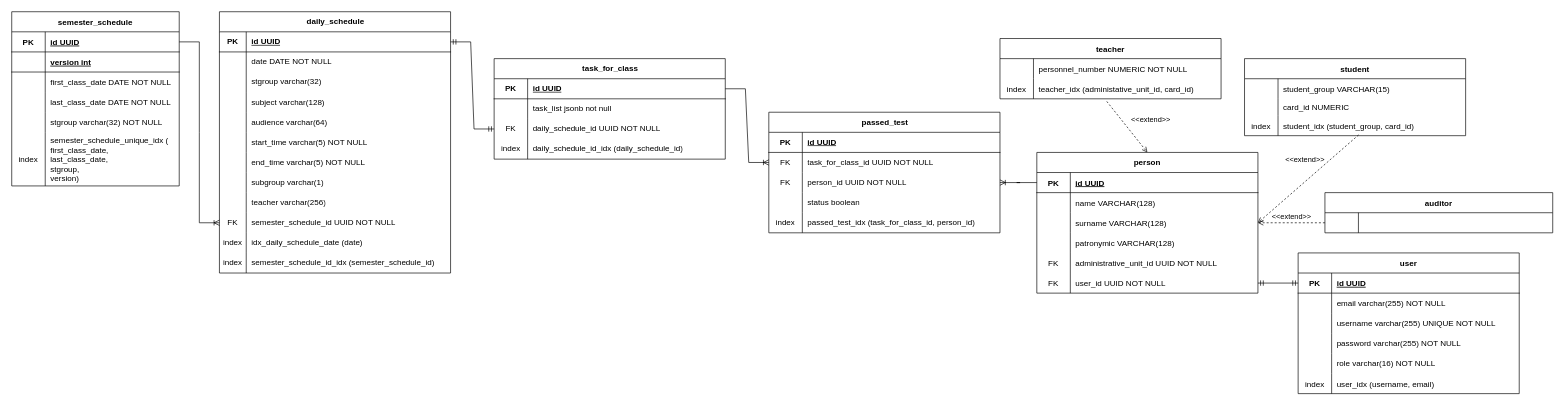
Earlier version of the draw.io diagram page "Общая схема данных" (3 of 3) of authorization-service/Схема БД.drawio (Manysleeplover/rate-please-stankin). Source tidied: cells renumbered, new cells numbered last; positions are measured from the earlier drawing's top-left corner, leaving out a move shared by most shapes. Both pictures are drawn from the tidied source at 67%, with x=0, y=0 at pixel (11, 11).
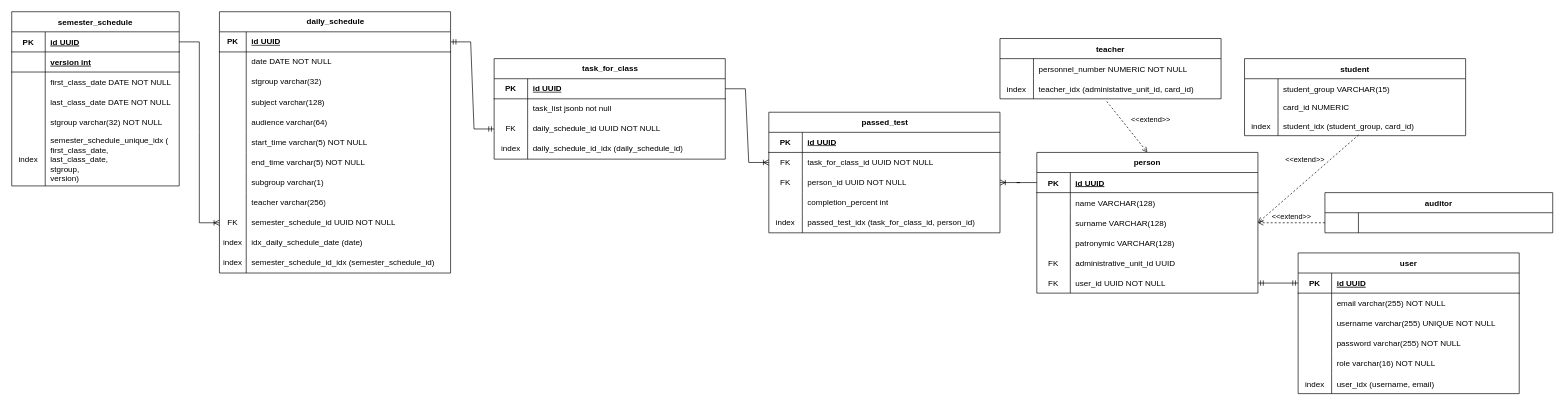
Above is the later version.

The change refers to these unchanged cells:
```xml
<mxCell id="116" style="shape=partialRectangle;fillColor=none;top=0;left=0;right=0;bottom=0;" parent="103" vertex="1">
  <mxGeometry y="150" width="330" height="30" as="geometry" />
</mxCell>
<mxCell id="138" style="shape=tableRow;horizontal=0;startSize=0;swimlaneHead=0;swimlaneBody=0;fillColor=none;top=0;left=0;right=0;bottom=0;" parent="128" vertex="1">
  <mxGeometry y="120" width="345" height="30" as="geometry" />
</mxCell>
```

What changed in the source:
```diff
@@
-    <mxCell id="118" value="administrative_unit_id UUID NOT NULL" style="shape=partialRectangle;overflow=hidden;fillColor=none;top=0;left=0;bottom=0;right=0;align=left;spacingLeft=6;" parent="116" vertex="1">
+    <mxCell id="118" value="administrative_unit_id UUID" style="shape=partialRectangle;overflow=hidden;fillColor=none;top=0;left=0;bottom=0;right=0;align=left;spacingLeft=6;" parent="116" vertex="1">
       <mxGeometry x="50" width="280" height="30" as="geometry" />
     </mxCell>
@@
-    <mxCell id="140" value="status boolean" style="shape=partialRectangle;fillColor=none;top=0;left=0;bottom=0;right=0;align=left;spacingLeft=6;overflow=hidden;whiteSpace=wrap;html=1;" parent="138" vertex="1">
+    <mxCell id="140" value="comple&lt;span style=&quot;background-color: transparent; color: light-dark(rgb(0, 0, 0), rgb(255, 255, 255));&quot;&gt;tion_percent int&lt;/span&gt;" style="shape=partialRectangle;fillColor=none;top=0;left=0;bottom=0;right=0;align=left;spacingLeft=6;overflow=hidden;whiteSpace=wrap;html=1;" parent="138" vertex="1">
       <mxGeometry x="50" width="295" height="30" as="geometry" />
     </mxCell>
```
